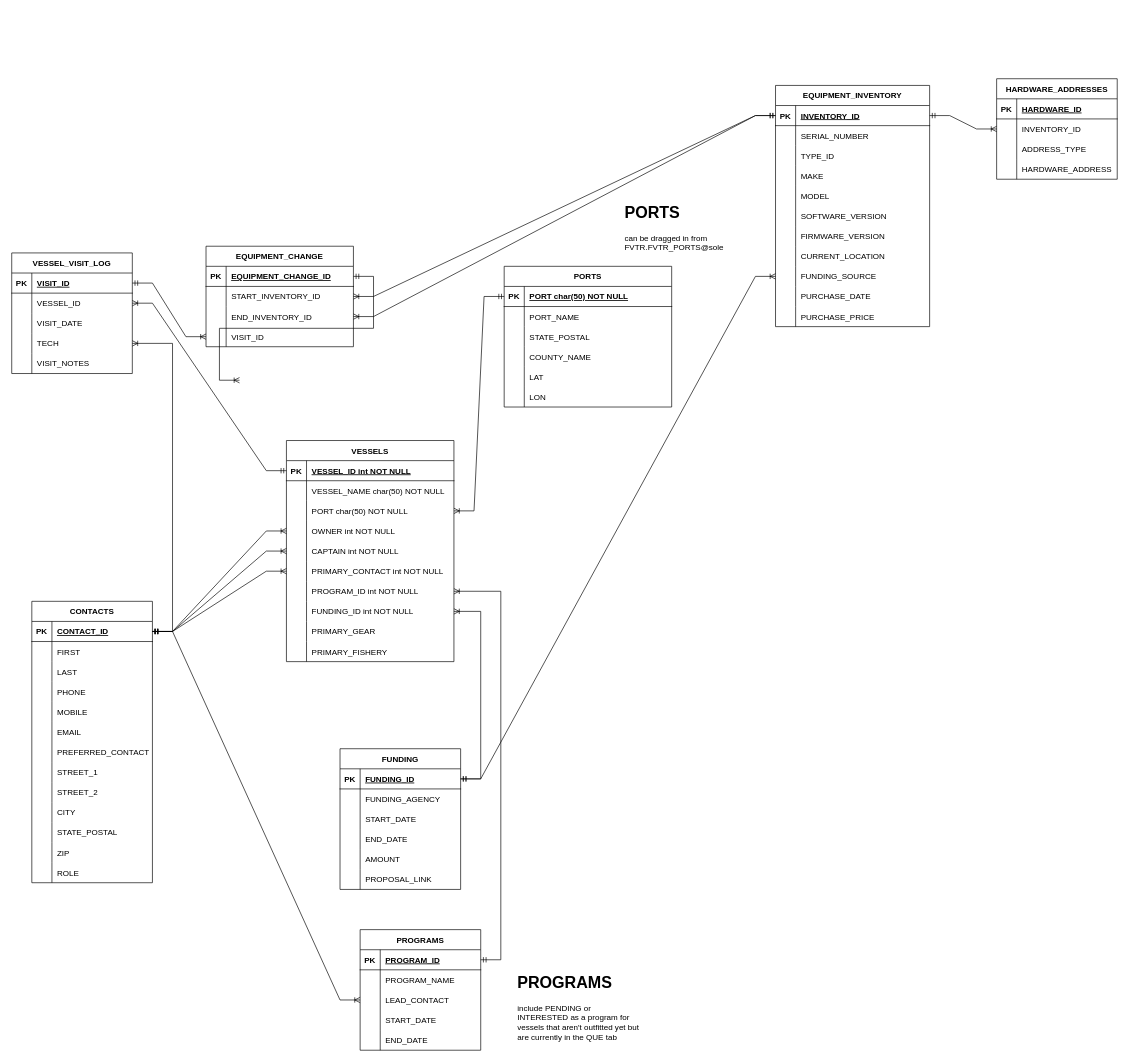
Before: eMOLT.drawio in GMaynard1/emolt_project_management, a draw.io diagram. Source tidied: cells renumbered, new cells numbered last; positions are measured from the earlier drawing's top-left corner, leaving out a move shared by most shapes. Both pictures are drawn from the tidied source at 67%, with x=0, y=0 at pixel (11, 78).
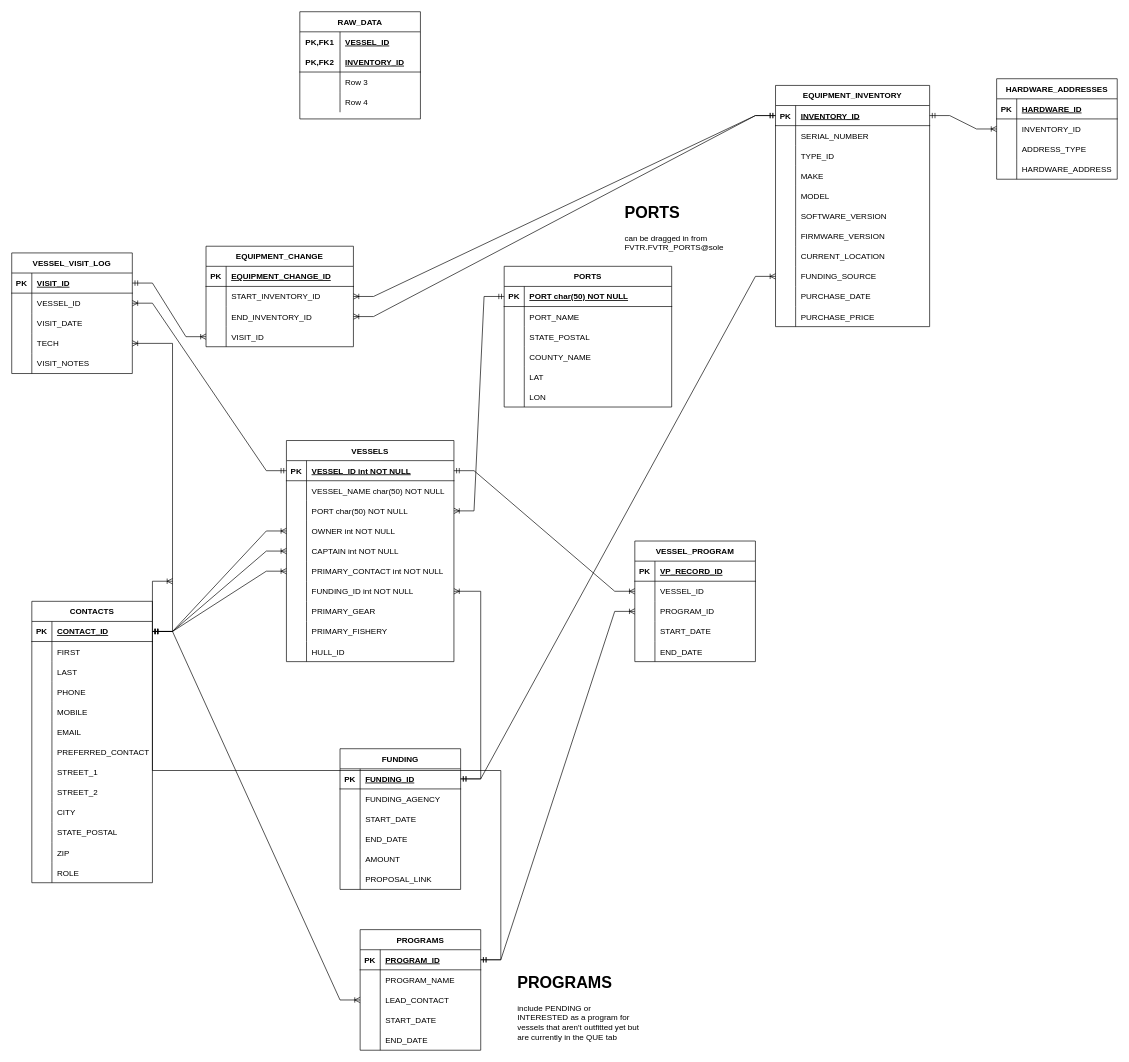
The same diagram, later.

Unchanged cells that the change refers to:
```xml
<mxCell id="21" value="VESSELS" style="shape=table;startSize=30;childLayout=tableLayout;rowLines=0;fontStyle=1;align=center;" parent="1" vertex="1">
  <mxGeometry x="410" y="540" width="250" height="330" as="geometry" />
</mxCell>
<mxCell id="22" style="shape=partialRectangle;fillColor=none;points=[[0,0.5],[1,0.5]];portConstraint=eastwest;top=0;left=0;right=0;bottom=1;" parent="21" vertex="1">
  <mxGeometry y="30" width="250" height="30" as="geometry" />
</mxCell>
<mxCell id="97" style="shape=partialRectangle;fillColor=none;top=0;left=0;bottom=1;right=0;points=[[0,0.5],[1,0.5]];portConstraint=eastwest;" parent="96" vertex="1">
  <mxGeometry y="30" width="180" height="30" as="geometry" />
</mxCell>
<mxCell id="153" style="shape=partialRectangle;fillColor=none;top=0;left=0;bottom=1;right=0;points=[[0,0.5],[1,0.5]];portConstraint=eastwest;" parent="152" vertex="1">
  <mxGeometry y="30" width="220" height="30" as="geometry" />
</mxCell>
```

The edit, as a diff of the source:
```diff
@@
-    <mxCell id="40" style="shape=partialRectangle;fillColor=none;points=[[0,0.5],[1,0.5]];portConstraint=eastwest;top=0;left=0;right=0;bottom=0;" parent="21" vertex="1">
-      <mxGeometry y="210" width="250" height="30" as="geometry" />
-    </mxCell>
-    <mxCell id="41" style="shape=partialRectangle;overflow=hidden;fillColor=none;top=0;left=0;bottom=0;right=0;" parent="40" vertex="1">
-      <mxGeometry width="30" height="30" as="geometry" />
-    </mxCell>
-    <mxCell id="42" value="PROGRAM_ID int NOT NULL" style="shape=partialRectangle;overflow=hidden;fillColor=none;top=0;left=0;bottom=0;right=0;align=left;spacingLeft=6;" parent="40" vertex="1">
-      <mxGeometry x="30" width="220" height="30" as="geometry" />
-    </mxCell>
     <mxCell id="43" style="shape=partialRectangle;fillColor=none;points=[[0,0.5],[1,0.5]];portConstraint=eastwest;top=0;left=0;right=0;bottom=0;" parent="21" vertex="1">
-      <mxGeometry y="240" width="250" height="30" as="geometry" />
+      <mxGeometry y="210" width="250" height="30" as="geometry" />
     </mxCell>
@@
     <mxCell id="46" style="shape=partialRectangle;fillColor=none;top=0;left=0;right=0;bottom=0;" parent="21" vertex="1">
-      <mxGeometry y="270" width="250" height="30" as="geometry" />
+      <mxGeometry y="240" width="250" height="30" as="geometry" />
     </mxCell>
@@
     <mxCell id="49" style="shape=partialRectangle;fillColor=none;top=0;left=0;right=0;bottom=0;" parent="21" vertex="1">
-      <mxGeometry y="300" width="250" height="30" as="geometry" />
+      <mxGeometry y="270" width="250" height="30" as="geometry" />
     </mxCell>
@@
+    <mxCell id="220" style="shape=partialRectangle;fillColor=none;top=0;left=0;right=0;bottom=0;" parent="21" vertex="1">
+      <mxGeometry y="300" width="250" height="30" as="geometry" />
+    </mxCell>
+    <mxCell id="41" style="shape=partialRectangle;overflow=hidden;fillColor=none;top=0;left=0;bottom=0;right=0;" parent="220" vertex="1">
+      <mxGeometry width="30" height="30" as="geometry" />
+    </mxCell>
+    <mxCell id="221" value="HULL_ID" style="shape=partialRectangle;overflow=hidden;fillColor=none;top=0;left=0;bottom=0;right=0;align=left;spacingLeft=6;" parent="220" vertex="1">
+      <mxGeometry x="30" width="220" height="30" as="geometry" />
+    </mxCell>
@@
-    <mxCell id="112" style="edgeStyle=entityRelationEdgeStyle;fontSize=12;html=1;endArrow=ERoneToMany;startArrow=ERmandOne;rounded=0;" parent="1" edge="1" source="97" target="40">
-      <mxGeometry relative="1" as="geometry" />
+    <mxCell id="112" style="edgeStyle=entityRelationEdgeStyle;fontSize=12;html=1;endArrow=ERoneToMany;startArrow=ERmandOne;rounded=0;" parent="1" edge="1" source="97">
+      <mxGeometry relative="1" as="geometry">
+        <mxPoint x="240" y="750" as="targetPoint" />
+      </mxGeometry>
     </mxCell>
@@
-    <mxCell id="165" style="edgeStyle=entityRelationEdgeStyle;fontSize=12;html=1;endArrow=ERoneToMany;startArrow=ERmandOne;rounded=0;" parent="1" edge="1" source="153">
-      <mxGeometry relative="1" as="geometry">
-        <mxPoint x="340" y="450" as="targetPoint" />
-      </mxGeometry>
-    </mxCell>
@@
+    <mxCell id="222" value="VESSEL_PROGRAM" style="shape=table;startSize=30;childLayout=tableLayout;rowLines=0;fontStyle=1;align=center;" parent="1" vertex="1">
+      <mxGeometry x="930" y="690" width="180" height="180" as="geometry" />
+    </mxCell>
+    <mxCell id="223" style="shape=tableRow;horizontal=0;startSize=0;swimlaneHead=0;swimlaneBody=0;fillColor=none;top=0;left=0;right=0;bottom=1;" parent="222" vertex="1">
+      <mxGeometry y="30" width="180" height="30" as="geometry" />
+    </mxCell>
+    <mxCell id="224" value="PK" style="shape=partialRectangle;fillColor=none;top=0;left=0;bottom=0;right=0;fontStyle=1;overflow=hidden;" parent="223" vertex="1">
+      <mxGeometry width="30" height="30" as="geometry" />
+    </mxCell>
+    <mxCell id="225" value="VP_RECORD_ID" style="shape=partialRectangle;fillColor=none;top=0;left=0;bottom=0;right=0;align=left;spacingLeft=6;fontStyle=5;overflow=hidden;" parent="223" vertex="1">
+      <mxGeometry x="30" width="150" height="30" as="geometry" />
+    </mxCell>
+    <mxCell id="226" style="shape=tableRow;horizontal=0;startSize=0;swimlaneHead=0;swimlaneBody=0;fillColor=none;points=[[0,0.5],[1,0.5]];portConstraint=eastwest;top=0;left=0;right=0;bottom=0;" parent="222" vertex="1">
+      <mxGeometry y="60" width="180" height="30" as="geometry" />
+    </mxCell>
+    <mxCell id="227" style="shape=partialRectangle;fillColor=none;top=0;left=0;bottom=0;right=0;overflow=hidden;" parent="226" vertex="1">
+      <mxGeometry width="30" height="30" as="geometry" />
+    </mxCell>
+    <mxCell id="228" value="VESSEL_ID" style="shape=partialRectangle;fillColor=none;top=0;left=0;bottom=0;right=0;align=left;spacingLeft=6;overflow=hidden;" parent="226" vertex="1">
+      <mxGeometry x="30" width="150" height="30" as="geometry" />
+    </mxCell>
+    <mxCell id="229" style="shape=tableRow;horizontal=0;startSize=0;swimlaneHead=0;swimlaneBody=0;fillColor=none;points=[[0,0.5],[1,0.5]];portConstraint=eastwest;top=0;left=0;right=0;bottom=0;" parent="222" vertex="1">
+      <mxGeometry y="90" width="180" height="30" as="geometry" />
+    </mxCell>
+    <mxCell id="230" style="shape=partialRectangle;fillColor=none;top=0;left=0;bottom=0;right=0;overflow=hidden;" parent="229" vertex="1">
+      <mxGeometry width="30" height="30" as="geometry" />
+    </mxCell>
+    <mxCell id="231" value="PROGRAM_ID" style="shape=partialRectangle;fillColor=none;top=0;left=0;bottom=0;right=0;align=left;spacingLeft=6;overflow=hidden;" parent="229" vertex="1">
+      <mxGeometry x="30" width="150" height="30" as="geometry" />
+    </mxCell>
+    <mxCell id="232" style="shape=tableRow;horizontal=0;startSize=0;swimlaneHead=0;swimlaneBody=0;fillColor=none;top=0;left=0;right=0;bottom=0;" parent="222" vertex="1">
+      <mxGeometry y="120" width="180" height="30" as="geometry" />
+    </mxCell>
+    <mxCell id="233" style="shape=partialRectangle;fillColor=none;top=0;left=0;bottom=0;right=0;overflow=hidden;" parent="232" vertex="1">
+      <mxGeometry width="30" height="30" as="geometry" />
+    </mxCell>
+    <mxCell id="234" value="START_DATE" style="shape=partialRectangle;fillColor=none;top=0;left=0;bottom=0;right=0;align=left;spacingLeft=6;overflow=hidden;" parent="232" vertex="1">
+      <mxGeometry x="30" width="150" height="30" as="geometry" />
+    </mxCell>
+    <mxCell id="235" style="shape=tableRow;horizontal=0;startSize=0;swimlaneHead=0;swimlaneBody=0;fillColor=none;top=0;left=0;right=0;bottom=0;" parent="222" vertex="1">
+      <mxGeometry y="150" width="180" height="30" as="geometry" />
+    </mxCell>
+    <mxCell id="236" style="shape=partialRectangle;fillColor=none;top=0;left=0;bottom=0;right=0;overflow=hidden;" parent="235" vertex="1">
+      <mxGeometry width="30" height="30" as="geometry" />
+    </mxCell>
+    <mxCell id="237" value="END_DATE" style="shape=partialRectangle;fillColor=none;top=0;left=0;bottom=0;right=0;align=left;spacingLeft=6;overflow=hidden;" parent="235" vertex="1">
+      <mxGeometry x="30" width="150" height="30" as="geometry" />
+    </mxCell>
+    <mxCell id="238" style="edgeStyle=entityRelationEdgeStyle;fontSize=12;html=1;endArrow=ERoneToMany;startArrow=ERmandOne;rounded=0;" parent="1" edge="1" source="22" target="226">
+      <mxGeometry relative="1" as="geometry" />
+    </mxCell>
+    <mxCell id="239" style="edgeStyle=entityRelationEdgeStyle;fontSize=12;html=1;endArrow=ERoneToMany;startArrow=ERmandOne;rounded=0;" parent="1" edge="1" source="97" target="229">
+      <mxGeometry relative="1" as="geometry" />
+    </mxCell>
+    <mxCell id="240" value="RAW_DATA" style="shape=table;startSize=30;childLayout=tableLayout;rowLines=0;fontStyle=1;align=center;" parent="1" vertex="1">
+      <mxGeometry x="430" y="-100" width="180" height="160" as="geometry" />
+    </mxCell>
+    <mxCell id="241" style="shape=tableRow;horizontal=0;startSize=0;swimlaneHead=0;swimlaneBody=0;fillColor=none;top=0;left=0;right=0;bottom=0;" parent="240" vertex="1">
+      <mxGeometry y="30" width="180" height="30" as="geometry" />
+    </mxCell>
+    <mxCell id="242" value="PK,FK1" style="shape=partialRectangle;fillColor=none;top=0;left=0;bottom=0;right=0;fontStyle=1;overflow=hidden;" parent="241" vertex="1">
+      <mxGeometry width="60" height="30" as="geometry" />
+    </mxCell>
+    <mxCell id="243" value="VESSEL_ID" style="shape=partialRectangle;fillColor=none;top=0;left=0;bottom=0;right=0;align=left;spacingLeft=6;fontStyle=5;overflow=hidden;" parent="241" vertex="1">
+      <mxGeometry x="60" width="120" height="30" as="geometry" />
+    </mxCell>
+    <mxCell id="244" style="shape=tableRow;horizontal=0;startSize=0;swimlaneHead=0;swimlaneBody=0;fillColor=none;top=0;left=0;right=0;bottom=1;" parent="240" vertex="1">
+      <mxGeometry y="60" width="180" height="30" as="geometry" />
+    </mxCell>
+    <mxCell id="245" value="PK,FK2" style="shape=partialRectangle;fillColor=none;top=0;left=0;bottom=0;right=0;fontStyle=1;overflow=hidden;" parent="244" vertex="1">
+      <mxGeometry width="60" height="30" as="geometry" />
+    </mxCell>
+    <mxCell id="246" value="INVENTORY_ID" style="shape=partialRectangle;fillColor=none;top=0;left=0;bottom=0;right=0;align=left;spacingLeft=6;fontStyle=5;overflow=hidden;" parent="244" vertex="1">
+      <mxGeometry x="60" width="120" height="30" as="geometry" />
+    </mxCell>
+    <mxCell id="247" style="shape=tableRow;horizontal=0;startSize=0;swimlaneHead=0;swimlaneBody=0;fillColor=none;top=0;left=0;right=0;bottom=0;" parent="240" vertex="1">
+      <mxGeometry y="90" width="180" height="30" as="geometry" />
+    </mxCell>
+    <mxCell id="248" style="shape=partialRectangle;fillColor=none;top=0;left=0;bottom=0;right=0;overflow=hidden;" parent="247" vertex="1">
+      <mxGeometry width="60" height="30" as="geometry" />
+    </mxCell>
+    <mxCell id="249" value="Row 3" style="shape=partialRectangle;fillColor=none;top=0;left=0;bottom=0;right=0;align=left;spacingLeft=6;overflow=hidden;" parent="247" vertex="1">
+      <mxGeometry x="60" width="120" height="30" as="geometry" />
+    </mxCell>
+    <mxCell id="250" style="shape=tableRow;horizontal=0;startSize=0;swimlaneHead=0;swimlaneBody=0;fillColor=none;top=0;left=0;right=0;bottom=0;" parent="240" vertex="1">
+      <mxGeometry y="120" width="180" height="30" as="geometry" />
+    </mxCell>
+    <mxCell id="251" style="shape=partialRectangle;fillColor=none;top=0;left=0;bottom=0;right=0;overflow=hidden;" parent="250" vertex="1">
+      <mxGeometry width="60" height="30" as="geometry" />
+    </mxCell>
+    <mxCell id="252" value="Row 4" style="shape=partialRectangle;fillColor=none;top=0;left=0;bottom=0;right=0;align=left;spacingLeft=6;overflow=hidden;" parent="250" vertex="1">
+      <mxGeometry x="60" width="120" height="30" as="geometry" />
+    </mxCell>
```
